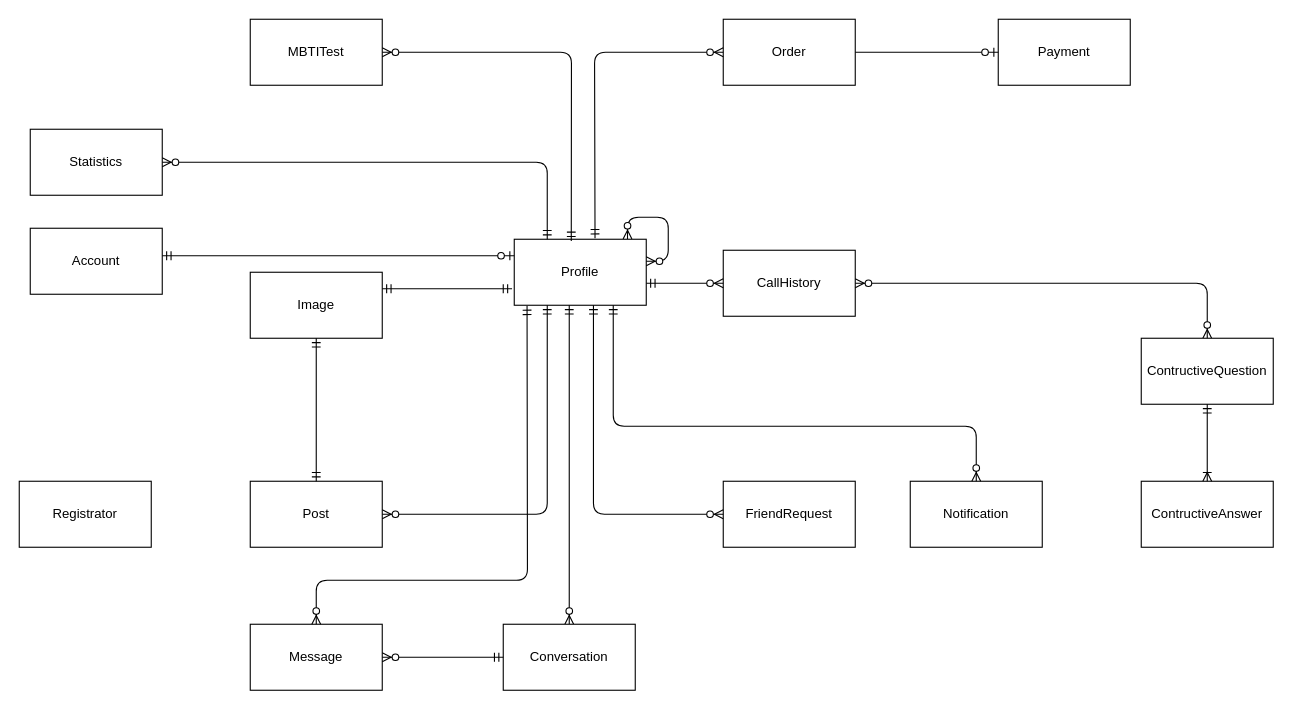
Above: page "Conceptual" (2 of 2) of er-diagram.drawio in jungtin/destinee-diagrams (draw.io), before the change. Source tidied: cells renumbered, new cells numbered last; positions are measured from the earlier drawing's top-left corner, leaving out a move shared by most shapes. Both pictures are drawn from the tidied source at 110%, with x=0, y=0 at pixel (19, 19).
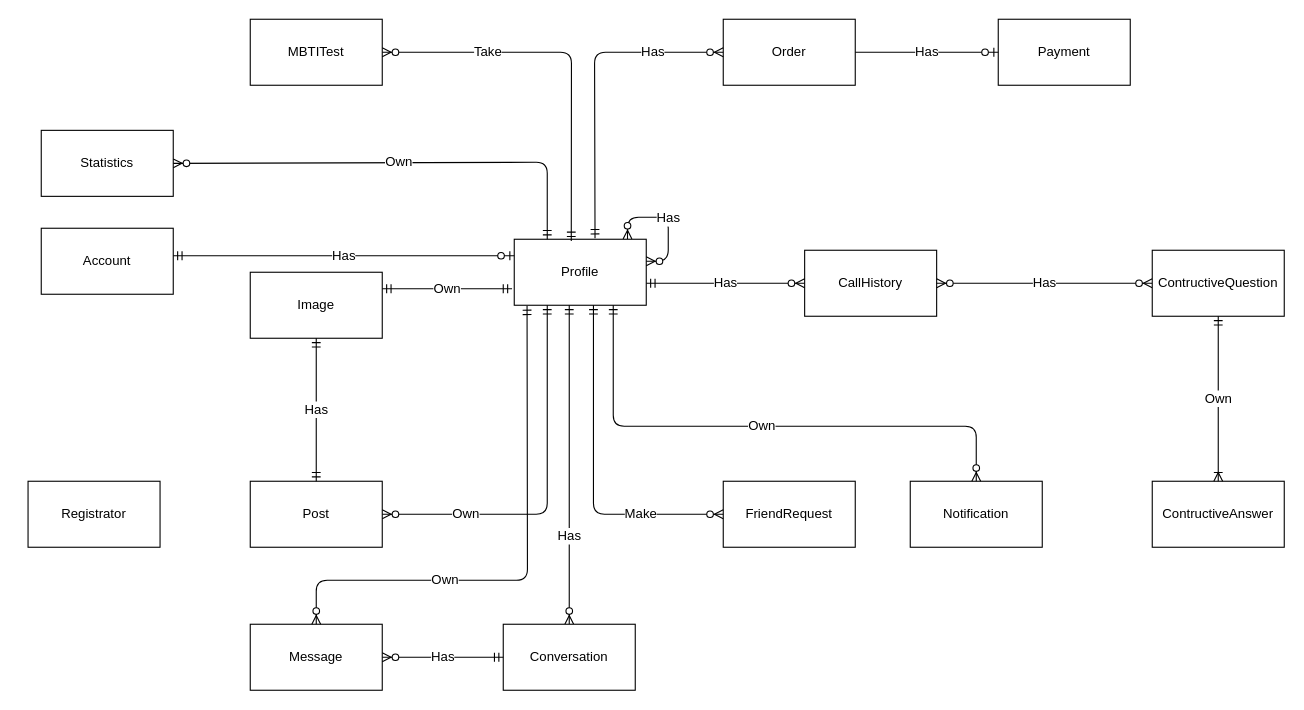
The same page after the edit.

Unchanged cells that the change refers to:
```xml
<mxCell id="3" value="Profile" style="rounded=0;whiteSpace=wrap;html=1;" parent="1" vertex="1">
  <mxGeometry x="450" y="200" width="120" height="60" as="geometry" />
</mxCell>
<mxCell id="7" value="Conversation" style="rounded=0;whiteSpace=wrap;html=1;" parent="1" vertex="1">
  <mxGeometry x="440" y="550" width="120" height="60" as="geometry" />
</mxCell>
<mxCell id="8" value="Message" style="rounded=0;whiteSpace=wrap;html=1;" parent="1" vertex="1">
  <mxGeometry x="210" y="550" width="120" height="60" as="geometry" />
</mxCell>
<mxCell id="10" value="Post" style="rounded=0;whiteSpace=wrap;html=1;" parent="1" vertex="1">
  <mxGeometry x="210" y="420" width="120" height="60" as="geometry" />
</mxCell>
<mxCell id="12" value="Image" style="rounded=0;whiteSpace=wrap;html=1;" parent="1" vertex="1">
  <mxGeometry x="210" y="230" width="120" height="60" as="geometry" />
</mxCell>
<mxCell id="16" value="FriendRequest" style="rounded=0;whiteSpace=wrap;html=1;" parent="1" vertex="1">
  <mxGeometry x="640" y="420" width="120" height="60" as="geometry" />
</mxCell>
<mxCell id="19" value="MBTITest" style="rounded=0;whiteSpace=wrap;html=1;" parent="1" vertex="1">
  <mxGeometry x="210" width="120" height="60" as="geometry" />
</mxCell>
<mxCell id="23" value="Notification" style="rounded=0;whiteSpace=wrap;html=1;" parent="1" vertex="1">
  <mxGeometry x="810" y="420" width="120" height="60" as="geometry" />
</mxCell>
<mxCell id="30" value="Payment" style="rounded=0;whiteSpace=wrap;html=1;" parent="1" vertex="1">
  <mxGeometry x="890" width="120" height="60" as="geometry" />
</mxCell>
<mxCell id="31" value="Order" style="rounded=0;whiteSpace=wrap;html=1;" parent="1" vertex="1">
  <mxGeometry x="640" width="120" height="60" as="geometry" />
</mxCell>
```

What changed in the source:
```diff
@@
     <mxCell id="2" value="Account" style="rounded=0;whiteSpace=wrap;html=1;" parent="1" vertex="1">
-      <mxGeometry x="10" y="190" width="120" height="60" as="geometry" />
+      <mxGeometry x="20" y="190" width="120" height="60" as="geometry" />
     </mxCell>
@@
     <mxCell id="4" value="CallHistory" style="rounded=0;whiteSpace=wrap;html=1;" parent="1" vertex="1">
-      <mxGeometry x="640" y="210" width="120" height="60" as="geometry" />
+      <mxGeometry x="714" y="210" width="120" height="60" as="geometry" />
     </mxCell>
-    <mxCell id="5" style="fontSize=12;html=1;endArrow=ERzeroToMany;startArrow=ERmandOne;entryX=0;entryY=0.5;entryDx=0;entryDy=0;" parent="1" edge="1" target="4">
+    <mxCell id="5" value="Has" style="fontSize=12;html=1;endArrow=ERzeroToMany;startArrow=ERmandOne;entryX=0;entryY=0.5;entryDx=0;entryDy=0;" parent="1" edge="1" target="4">
       <mxGeometry relative="1" as="geometry">
         <mxPoint x="570" y="240" as="sourcePoint" />
       </mxGeometry>
     </mxCell>
-    <mxCell id="6" style="fontSize=12;html=1;endArrow=ERzeroToMany;startArrow=ERmandOne;entryX=0.5;entryY=0;entryDx=0;entryDy=0;" parent="1" edge="1" target="7">
-      <mxGeometry relative="1" as="geometry">
+    <mxCell id="6" value="Has" style="fontSize=12;html=1;endArrow=ERzeroToMany;startArrow=ERmandOne;entryX=0.5;entryY=0;entryDx=0;entryDy=0;" parent="1" edge="1" target="7">
+      <mxGeometry x="0.45" relative="1" as="geometry">
         <mxPoint x="500" y="260" as="sourcePoint" />
       </mxGeometry>
     </mxCell>
@@
-    <mxCell id="9" style="fontSize=12;html=1;endArrow=ERzeroToMany;startArrow=ERmandOne;" parent="1" edge="1" source="7" target="8">
+    <mxCell id="9" value="Has" style="fontSize=12;html=1;endArrow=ERzeroToMany;startArrow=ERmandOne;" parent="1" edge="1" source="7" target="8">
       <mxGeometry relative="1" as="geometry" />
     </mxCell>
@@
-    <mxCell id="11" style="fontSize=12;html=1;endArrow=ERzeroToMany;startArrow=ERmandOne;entryX=1;entryY=0.5;entryDx=0;entryDy=0;edgeStyle=orthogonalEdgeStyle;" parent="1" edge="1" source="3" target="10">
-      <mxGeometry relative="1" as="geometry">
+    <mxCell id="11" value="Own" style="fontSize=12;html=1;endArrow=ERzeroToMany;startArrow=ERmandOne;entryX=1;entryY=0.5;entryDx=0;entryDy=0;edgeStyle=orthogonalEdgeStyle;" parent="1" edge="1" source="3" target="10">
+      <mxGeometry x="0.55" relative="1" as="geometry">
         <Array as="points">
           <mxPoint x="480" y="450" />
           <mxPoint x="330" y="450" />
         </Array>
       </mxGeometry>
     </mxCell>
@@
-    <mxCell id="13" style="fontSize=12;html=1;endArrow=ERmandOne;startArrow=ERmandOne;exitX=1;exitY=0.25;exitDx=0;exitDy=0;" parent="1" edge="1" source="12">
+    <mxCell id="13" value="Own" style="fontSize=12;html=1;endArrow=ERmandOne;startArrow=ERmandOne;exitX=1;exitY=0.25;exitDx=0;exitDy=0;" parent="1" edge="1" source="12">
       <mxGeometry relative="1" as="geometry">
         <mxPoint x="448" y="245" as="targetPoint" />
       </mxGeometry>
     </mxCell>
-    <mxCell id="14" style="fontSize=12;html=1;endArrow=ERmandOne;startArrow=ERmandOne;entryX=0.5;entryY=1;entryDx=0;entryDy=0;edgeStyle=orthogonalEdgeStyle;exitX=0.5;exitY=0;exitDx=0;exitDy=0;" parent="1" edge="1" source="10" target="12">
+    <mxCell id="14" value="Has" style="fontSize=12;html=1;endArrow=ERmandOne;startArrow=ERmandOne;entryX=0.5;entryY=1;entryDx=0;entryDy=0;edgeStyle=orthogonalEdgeStyle;exitX=0.5;exitY=0;exitDx=0;exitDy=0;" parent="1" edge="1" source="10" target="12">
       <mxGeometry relative="1" as="geometry" />
     </mxCell>
-    <mxCell id="15" style="edgeStyle=orthogonalEdgeStyle;fontSize=12;html=1;endArrow=ERzeroToOne;startArrow=ERmandOne;entryX=0;entryY=0.25;entryDx=0;entryDy=0;" parent="1" edge="1" source="2" target="3">
+    <mxCell id="15" value="Has" style="edgeStyle=orthogonalEdgeStyle;fontSize=12;html=1;endArrow=ERzeroToOne;startArrow=ERmandOne;entryX=0;entryY=0.25;entryDx=0;entryDy=0;" parent="1" edge="1" source="2" target="3">
       <mxGeometry relative="1" as="geometry">
         <Array as="points">
           <mxPoint x="260" y="215" />
           <mxPoint x="260" y="215" />
         </Array>
       </mxGeometry>
     </mxCell>
@@
-    <mxCell id="17" style="fontSize=12;html=1;endArrow=ERzeroToMany;startArrow=ERmandOne;entryX=0;entryY=0.5;entryDx=0;entryDy=0;edgeStyle=orthogonalEdgeStyle;" parent="1" edge="1" source="3" target="16">
-      <mxGeometry relative="1" as="geometry">
+    <mxCell id="17" value="Make" style="fontSize=12;html=1;endArrow=ERzeroToMany;startArrow=ERmandOne;entryX=0;entryY=0.5;entryDx=0;entryDy=0;edgeStyle=orthogonalEdgeStyle;" parent="1" edge="1" source="3" target="16">
+      <mxGeometry x="0.51" relative="1" as="geometry">
         <Array as="points">
           <mxPoint x="522" y="450" />
         </Array>
       </mxGeometry>
     </mxCell>
-    <mxCell id="18" style="edgeStyle=orthogonalEdgeStyle;fontSize=12;html=1;endArrow=ERzeroToMany;endFill=1;startArrow=ERzeroToMany;exitX=0.858;exitY=-0.003;exitDx=0;exitDy=0;exitPerimeter=0;" parent="1" edge="1" source="3">
+    <mxCell id="18" value="Has" style="edgeStyle=orthogonalEdgeStyle;fontSize=12;html=1;endArrow=ERzeroToMany;endFill=1;startArrow=ERzeroToMany;exitX=0.858;exitY=-0.003;exitDx=0;exitDy=0;exitPerimeter=0;" parent="1" edge="1" source="3">
       <mxGeometry relative="1" as="geometry">
         <mxPoint x="570" y="220" as="targetPoint" />
         <Array as="points">
           <mxPoint x="553" y="180" />
           <mxPoint x="590" y="180" />
           <mxPoint x="590" y="220" />
         </Array>
       </mxGeometry>
     </mxCell>
@@
-    <mxCell id="20" style="fontSize=12;html=1;endArrow=ERzeroToMany;startArrow=ERmandOne;entryX=1;entryY=0.5;entryDx=0;entryDy=0;exitX=0.432;exitY=0.025;exitDx=0;exitDy=0;exitPerimeter=0;" parent="1" edge="1" source="3" target="19">
-      <mxGeometry relative="1" as="geometry">
+    <mxCell id="20" value="Take" style="fontSize=12;html=1;endArrow=ERzeroToMany;startArrow=ERmandOne;entryX=1;entryY=0.5;entryDx=0;entryDy=0;exitX=0.432;exitY=0.025;exitDx=0;exitDy=0;exitPerimeter=0;" parent="1" edge="1" source="3" target="19">
+      <mxGeometry x="0.44" relative="1" as="geometry">
         <Array as="points">
           <mxPoint x="502" y="30" />
         </Array>
+        <mxPoint x="-1" as="offset" />
       </mxGeometry>
     </mxCell>
     <mxCell id="21" value="Statistics" style="rounded=0;whiteSpace=wrap;html=1;" parent="1" vertex="1">
-      <mxGeometry x="10" y="100" width="120" height="60" as="geometry" />
+      <mxGeometry x="20" y="101" width="120" height="60" as="geometry" />
     </mxCell>
-    <mxCell id="22" style="fontSize=12;html=1;endArrow=ERzeroToMany;startArrow=ERmandOne;entryX=1;entryY=0.5;entryDx=0;entryDy=0;exitX=0.25;exitY=0;exitDx=0;exitDy=0;" parent="1" edge="1" source="3" target="21">
+    <mxCell id="22" value="Own" style="fontSize=12;html=1;endArrow=ERzeroToMany;startArrow=ERmandOne;entryX=1;entryY=0.5;entryDx=0;entryDy=0;exitX=0.25;exitY=0;exitDx=0;exitDy=0;" parent="1" edge="1" source="3" target="21">
       <mxGeometry relative="1" as="geometry">
         <Array as="points">
           <mxPoint x="480" y="130" />
         </Array>
       </mxGeometry>
     </mxCell>
@@
-    <mxCell id="24" style="fontSize=12;html=1;endArrow=ERzeroToMany;startArrow=ERmandOne;edgeStyle=orthogonalEdgeStyle;" parent="1" edge="1" source="3" target="23">
+    <mxCell id="24" value="Own" style="fontSize=12;html=1;endArrow=ERzeroToMany;startArrow=ERmandOne;edgeStyle=orthogonalEdgeStyle;" parent="1" edge="1" source="3" target="23">
       <mxGeometry relative="1" as="geometry">
         <Array as="points">
           <mxPoint x="540" y="370" />
           <mxPoint x="870" y="370" />
         </Array>
       </mxGeometry>
     </mxCell>
-    <mxCell id="25" style="edgeStyle=orthogonalEdgeStyle;fontSize=12;html=1;endArrow=ERzeroToMany;endFill=1;startArrow=ERzeroToMany;entryX=0.5;entryY=0;entryDx=0;entryDy=0;exitX=1;exitY=0.5;exitDx=0;exitDy=0;" parent="1" edge="1" source="4" target="26">
+    <mxCell id="25" value="Has" style="edgeStyle=orthogonalEdgeStyle;fontSize=12;html=1;endArrow=ERzeroToMany;endFill=1;startArrow=ERzeroToMany;entryX=0;entryY=0.5;entryDx=0;entryDy=0;exitX=1;exitY=0.5;exitDx=0;exitDy=0;" parent="1" edge="1" source="4" target="26">
       <mxGeometry relative="1" as="geometry">
         <Array as="points">
-          <mxPoint x="1080" y="240" />
+          <mxPoint x="962" y="240" />
+          <mxPoint x="962" y="240" />
         </Array>
       </mxGeometry>
     </mxCell>
     <mxCell id="26" value="ContructiveQuestion" style="rounded=0;whiteSpace=wrap;html=1;" parent="1" vertex="1">
-      <mxGeometry x="1020" y="290" width="120" height="60" as="geometry" />
+      <mxGeometry x="1030" y="210" width="120" height="60" as="geometry" />
     </mxCell>
     <mxCell id="27" value="ContructiveAnswer" style="rounded=0;whiteSpace=wrap;html=1;" parent="1" vertex="1">
-      <mxGeometry x="1020" y="420" width="120" height="60" as="geometry" />
+      <mxGeometry x="1030" y="420" width="120" height="60" as="geometry" />
     </mxCell>
-    <mxCell id="28" style="fontSize=12;html=1;endArrow=ERzeroToMany;startArrow=ERmandOne;exitX=0.097;exitY=1.008;exitDx=0;exitDy=0;exitPerimeter=0;entryX=0.5;entryY=0;entryDx=0;entryDy=0;" parent="1" edge="1" source="3" target="8">
-      <mxGeometry relative="1" as="geometry">
+    <mxCell id="28" value="Own" style="fontSize=12;html=1;endArrow=ERzeroToMany;startArrow=ERmandOne;exitX=0.097;exitY=1.008;exitDx=0;exitDy=0;exitPerimeter=0;entryX=0.5;entryY=0;entryDx=0;entryDy=0;" parent="1" edge="1" source="3" target="8">
+      <mxGeometry x="0.35" relative="1" as="geometry">
         <Array as="points">
           <mxPoint x="462" y="510" />
           <mxPoint x="350" y="510" />
           <mxPoint x="270" y="510" />
         </Array>
       </mxGeometry>
     </mxCell>
     <mxCell id="29" value="Registrator" style="rounded=0;whiteSpace=wrap;html=1;" parent="1" vertex="1">
-      <mxGeometry y="420" width="120" height="60" as="geometry" />
+      <mxGeometry x="8" y="420" width="120" height="60" as="geometry" />
     </mxCell>
@@
-    <mxCell id="32" style="fontSize=12;html=1;endArrow=ERzeroToMany;startArrow=ERmandOne;entryX=0;entryY=0.5;entryDx=0;entryDy=0;exitX=0.612;exitY=-0.014;exitDx=0;exitDy=0;exitPerimeter=0;" parent="1" edge="1" source="3" target="31">
-      <mxGeometry relative="1" as="geometry">
+    <mxCell id="32" value="Has" style="fontSize=12;html=1;endArrow=ERzeroToMany;startArrow=ERmandOne;entryX=0;entryY=0.5;entryDx=0;entryDy=0;exitX=0.612;exitY=-0.014;exitDx=0;exitDy=0;exitPerimeter=0;" parent="1" edge="1" source="3" target="31">
+      <mxGeometry x="0.55" relative="1" as="geometry">
         <Array as="points">
           <mxPoint x="523" y="30" />
         </Array>
       </mxGeometry>
     </mxCell>
-    <mxCell id="33" style="edgeStyle=entityRelationEdgeStyle;fontSize=12;html=1;endArrow=ERzeroToOne;endFill=1;entryX=0;entryY=0.5;entryDx=0;entryDy=0;exitX=1;exitY=0.5;exitDx=0;exitDy=0;" parent="1" edge="1" source="31" target="30">
+    <mxCell id="33" value="Has" style="edgeStyle=entityRelationEdgeStyle;fontSize=12;html=1;endArrow=ERzeroToOne;endFill=1;entryX=0;entryY=0.5;entryDx=0;entryDy=0;exitX=1;exitY=0.5;exitDx=0;exitDy=0;" parent="1" edge="1" source="31" target="30">
       <mxGeometry relative="1" as="geometry" />
     </mxCell>
-    <mxCell id="34" style="fontSize=12;html=1;endArrow=ERoneToMany;startArrow=ERmandOne;entryX=0.5;entryY=0;entryDx=0;entryDy=0;exitX=0.5;exitY=1;exitDx=0;exitDy=0;" parent="1" edge="1" source="26" target="27">
+    <mxCell id="34" value="Own" style="fontSize=12;html=1;endArrow=ERoneToMany;startArrow=ERmandOne;entryX=0.5;entryY=0;entryDx=0;entryDy=0;exitX=0.5;exitY=1;exitDx=0;exitDy=0;" parent="1" edge="1" source="26" target="27">
       <mxGeometry relative="1" as="geometry" />
     </mxCell>
```
